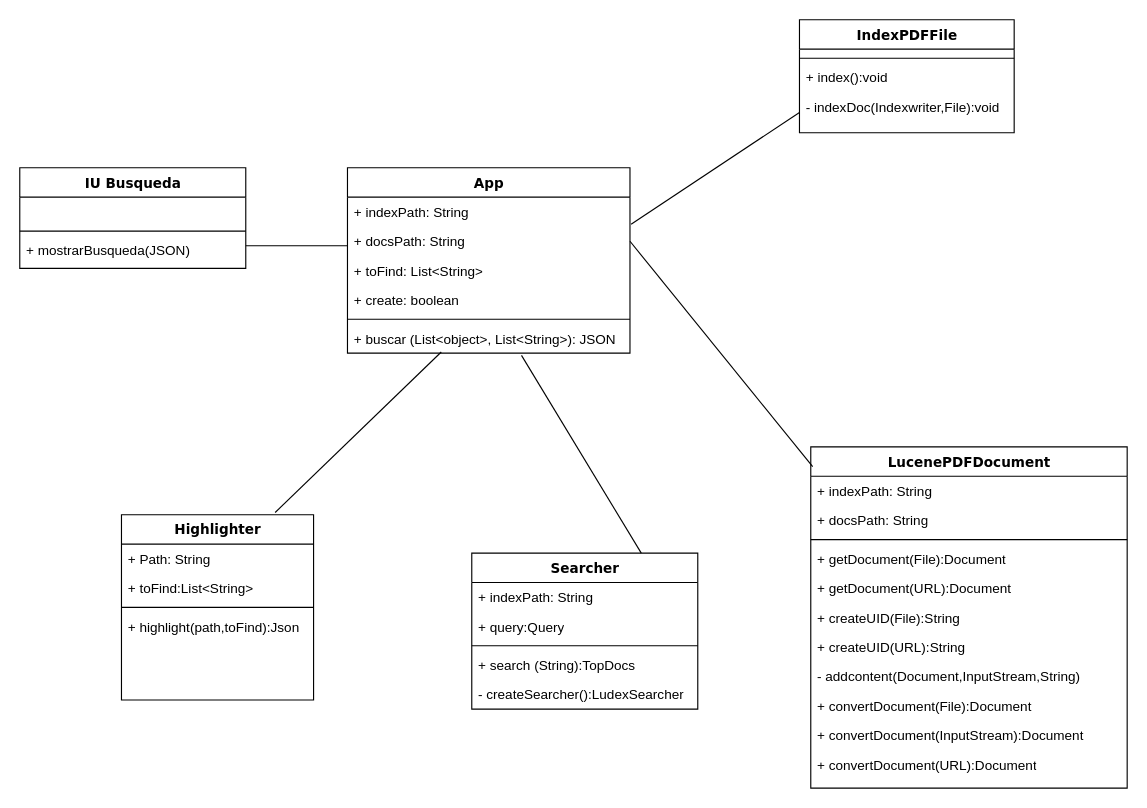
Earlier version of the draw.io diagram Sprint 1/DIAGRAMA DE CLASES.drawio (DptoSIC/BuscaBOD). Source tidied: cells renumbered, new cells numbered last; positions are measured from the earlier drawing's top-left corner, leaving out a move shared by most shapes. Both pictures are drawn from the tidied source at 113%, with x=0, y=0 at pixel (19, 19).
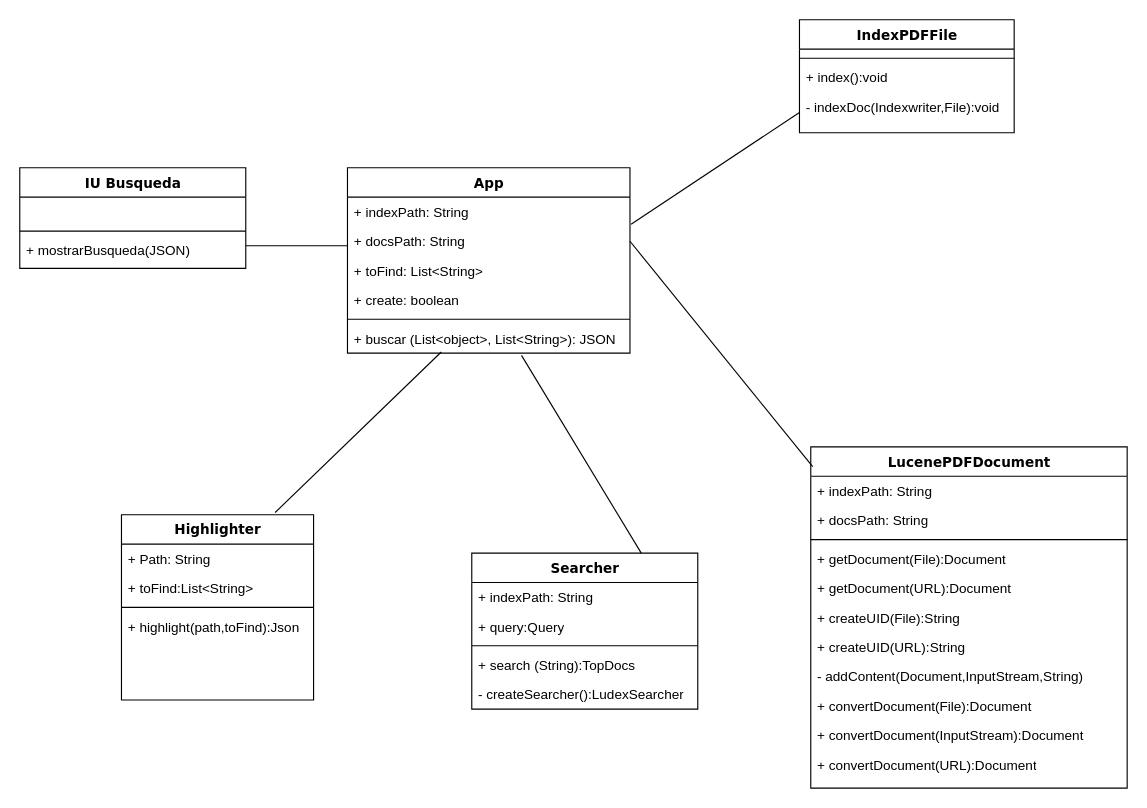
The same page after the edit.

The change refers to these unchanged cells:
```xml
<mxCell id="24" value="LucenePDFDocument" style="swimlane;html=1;fontStyle=1;align=center;verticalAlign=top;horizontal=1;startSize=26;swimlaneFillColor=#ffffff;rounded=0;shadow=0;comic=0;labelBackgroundColor=none;strokeColor=#000000;strokeWidth=1;fillColor=none;fontFamily=Verdana;fontSize=12;fontColor=#000000;" parent="1" vertex="1">
  <mxGeometry x="700" y="378" width="280" height="302" as="geometry" />
</mxCell>
```

What changed in the source:
```diff
@@
-    <mxCell id="32" value="- addcontent(Document,InputStream,String)" style="text;html=1;strokeColor=none;fillColor=none;align=left;verticalAlign=top;spacingLeft=4;spacingRight=4;whiteSpace=wrap;overflow=hidden;" parent="24" vertex="1">
+    <mxCell id="32" value="- addContent(Document,InputStream,String)" style="text;html=1;strokeColor=none;fillColor=none;align=left;verticalAlign=top;spacingLeft=4;spacingRight=4;whiteSpace=wrap;overflow=hidden;" parent="24" vertex="1">
       <mxGeometry y="190" width="280" height="26" as="geometry" />
     </mxCell>
```
